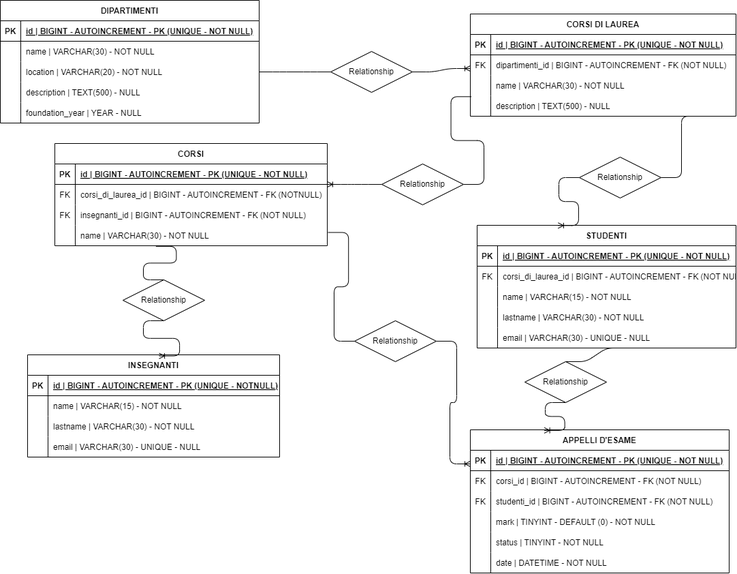
This is schema.png from JacopoTrincanato/db-university, a draw.io export, as it was before one commit. Source tidied: cells renumbered, new cells last; positions are measured from the earlier drawing's top-left corner, leaving out a move shared by most shapes.
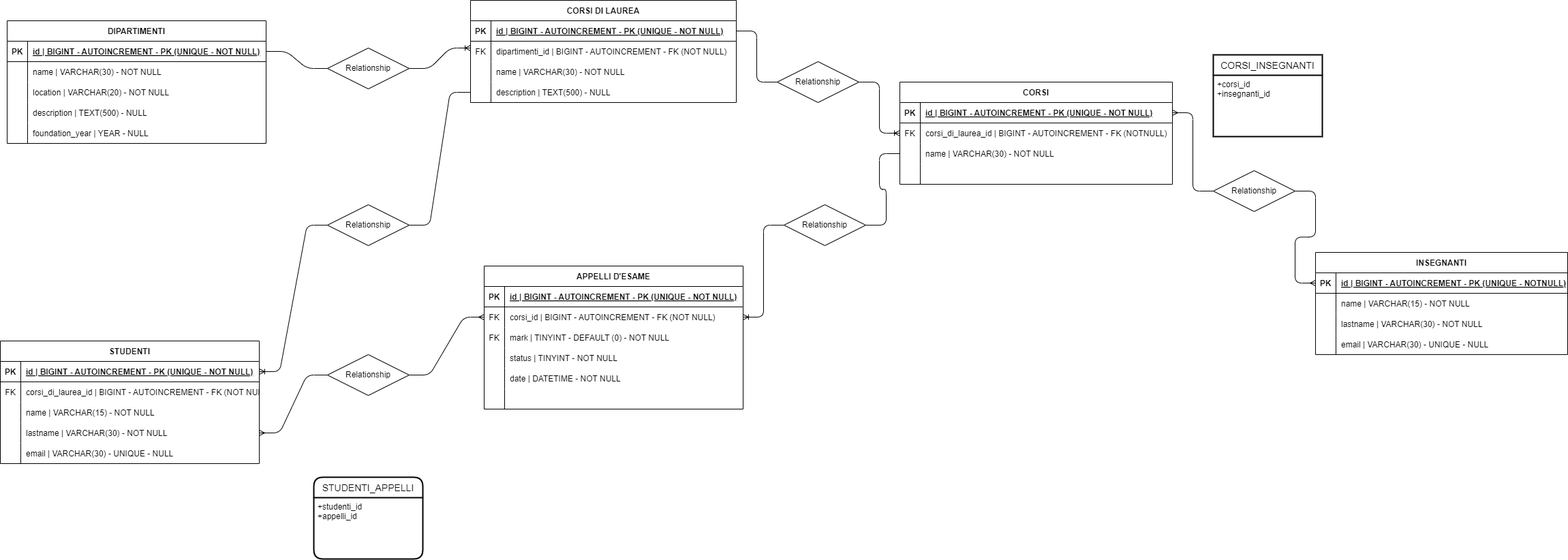
After the change.

Change to the diagram source:
```diff
@@ -2,8 +2,11 @@
   <root>
     <mxCell id="0" />
     <mxCell id="1" parent="0" />
+    <mxCell id="110" style="edgeStyle=entityRelationEdgeStyle;fontSize=12;html=1;endArrow=ERoneToMany;exitX=0;exitY=0.5;exitDx=0;exitDy=0;entryX=1;entryY=0.5;entryDx=0;entryDy=0;startArrow=none;" parent="1" edge="1" source="120" target="61">
+      <mxGeometry relative="1" as="geometry" />
+    </mxCell>
     <mxCell id="2" value="DIPARTIMENTI" style="shape=table;startSize=30;rowLines=0;fontStyle=1;align=center;" parent="1" vertex="1">
-      <mxGeometry width="380" height="180" as="geometry" />
+      <mxGeometry x="-10" y="220" width="380" height="180" as="geometry" />
     </mxCell>
     <mxCell id="3" style="shape=tableRow;horizontal=0;startSize=0;swimlaneHead=0;swimlaneBody=0;fillColor=none;points=[[0,0.5],[1,0.5]];portConstraint=eastwest;top=0;left=0;right=0;bottom=1;" parent="2" vertex="1">
       <mxGeometry y="30" width="380" height="30" as="geometry" />
@@ -51,7 +54,7 @@
       <mxGeometry x="30" width="350" height="30" as="geometry" />
     </mxCell>
     <mxCell id="18" value="CORSI DI LAUREA" style="shape=table;startSize=30;rowLines=0;fontStyle=1;align=center;" parent="1" vertex="1">
-      <mxGeometry x="690" y="20" width="390" height="150" as="geometry" />
+      <mxGeometry x="670" y="190" width="390" height="150" as="geometry" />
     </mxCell>
     <mxCell id="19" style="shape=tableRow;horizontal=0;startSize=0;swimlaneHead=0;swimlaneBody=0;fillColor=none;points=[[0,0.5],[1,0.5]];portConstraint=eastwest;top=0;left=0;right=0;bottom=1;" parent="18" vertex="1">
       <mxGeometry y="30" width="390" height="30" as="geometry" />
@@ -90,7 +93,7 @@
       <mxGeometry x="30" width="360" height="30" as="geometry" />
     </mxCell>
     <mxCell id="31" value="CORSI" style="shape=table;startSize=30;rowLines=0;fontStyle=1;align=center;" parent="1" vertex="1">
-      <mxGeometry x="80" y="210" width="400" height="150" as="geometry" />
+      <mxGeometry x="1300" y="310" width="400" height="150" as="geometry" />
     </mxCell>
     <mxCell id="32" style="shape=tableRow;horizontal=0;startSize=0;swimlaneHead=0;swimlaneBody=0;fillColor=none;points=[[0,0.5],[1,0.5]];portConstraint=eastwest;top=0;left=0;right=0;bottom=1;" parent="31" vertex="1">
       <mxGeometry y="30" width="400" height="30" as="geometry" />
@@ -113,10 +116,10 @@
     <mxCell id="38" style="shape=tableRow;horizontal=0;startSize=0;swimlaneHead=0;swimlaneBody=0;fillColor=none;points=[[0,0.5],[1,0.5]];portConstraint=eastwest;top=0;left=0;right=0;bottom=0;" parent="31" vertex="1">
       <mxGeometry y="90" width="400" height="30" as="geometry" />
     </mxCell>
-    <mxCell id="39" value="FK" style="shape=partialRectangle;fillColor=none;top=0;left=0;bottom=0;right=0;overflow=hidden;" parent="38" vertex="1">
+    <mxCell id="39" style="shape=partialRectangle;fillColor=none;top=0;left=0;bottom=0;right=0;overflow=hidden;" parent="38" vertex="1">
       <mxGeometry width="30" height="30" as="geometry" />
     </mxCell>
-    <mxCell id="40" value="insegnanti_id | BIGINT - AUTOINCREMENT - FK (NOT NULL)" style="shape=partialRectangle;fillColor=none;top=0;left=0;bottom=0;right=0;align=left;spacingLeft=6;overflow=hidden;" parent="38" vertex="1">
+    <mxCell id="40" value="name | VARCHAR(30) - NOT NULL" style="shape=partialRectangle;fillColor=none;top=0;left=0;bottom=0;right=0;align=left;spacingLeft=6;overflow=hidden;" parent="38" vertex="1">
       <mxGeometry x="30" width="370" height="30" as="geometry" />
     </mxCell>
     <mxCell id="41" style="shape=tableRow;horizontal=0;startSize=0;swimlaneHead=0;swimlaneBody=0;fillColor=none;points=[[0,0.5],[1,0.5]];portConstraint=eastwest;top=0;left=0;right=0;bottom=0;" parent="31" vertex="1">
@@ -125,11 +128,11 @@
     <mxCell id="42" style="shape=partialRectangle;fillColor=none;top=0;left=0;bottom=0;right=0;overflow=hidden;" parent="41" vertex="1">
       <mxGeometry width="30" height="30" as="geometry" />
     </mxCell>
-    <mxCell id="43" value="name | VARCHAR(30) - NOT NULL" style="shape=partialRectangle;fillColor=none;top=0;left=0;bottom=0;right=0;align=left;spacingLeft=6;overflow=hidden;" parent="41" vertex="1">
+    <mxCell id="43" style="shape=partialRectangle;fillColor=none;top=0;left=0;bottom=0;right=0;align=left;spacingLeft=6;overflow=hidden;" parent="41" vertex="1">
       <mxGeometry x="30" width="370" height="30" as="geometry" />
     </mxCell>
     <mxCell id="44" value="INSEGNANTI" style="shape=table;startSize=30;rowLines=0;fontStyle=1;align=center;" parent="1" vertex="1">
-      <mxGeometry x="40" y="520" width="370" height="150" as="geometry" />
+      <mxGeometry x="1910" y="560" width="370" height="150" as="geometry" />
     </mxCell>
     <mxCell id="45" style="shape=tableRow;horizontal=0;startSize=0;swimlaneHead=0;swimlaneBody=0;fillColor=none;points=[[0,0.5],[1,0.5]];portConstraint=eastwest;top=0;left=0;right=0;bottom=1;" parent="44" vertex="1">
       <mxGeometry y="30" width="370" height="30" as="geometry" />
@@ -168,7 +171,7 @@
       <mxGeometry x="30" width="340" height="30" as="geometry" />
     </mxCell>
     <mxCell id="57" value="APPELLI D'ESAME" style="shape=table;startSize=30;rowLines=0;fontStyle=1;align=center;" parent="1" vertex="1">
-      <mxGeometry x="690" y="630" width="380" height="210" as="geometry" />
+      <mxGeometry x="690" y="580" width="380" height="210" as="geometry" />
     </mxCell>
     <mxCell id="58" style="shape=tableRow;horizontal=0;startSize=0;swimlaneHead=0;swimlaneBody=0;fillColor=none;points=[[0,0.5],[1,0.5]];portConstraint=eastwest;top=0;left=0;right=0;bottom=1;" parent="57" vertex="1">
       <mxGeometry y="30" width="380" height="30" as="geometry" />
@@ -194,7 +197,7 @@
     <mxCell id="65" value="FK" style="shape=partialRectangle;fillColor=none;top=0;left=0;bottom=0;right=0;overflow=hidden;" parent="64" vertex="1">
       <mxGeometry width="30" height="30" as="geometry" />
     </mxCell>
-    <mxCell id="66" value="studenti_id | BIGINT - AUTOINCREMENT - FK (NOT NULL)" style="shape=partialRectangle;fillColor=none;top=0;left=0;bottom=0;right=0;align=left;spacingLeft=6;overflow=hidden;" parent="64" vertex="1">
+    <mxCell id="66" value="mark | TINYINT - DEFAULT (0) - NOT NULL" style="shape=partialRectangle;fillColor=none;top=0;left=0;bottom=0;right=0;align=left;spacingLeft=6;overflow=hidden;" parent="64" vertex="1">
       <mxGeometry x="30" width="350" height="30" as="geometry" />
     </mxCell>
     <mxCell id="67" style="shape=tableRow;horizontal=0;startSize=0;swimlaneHead=0;swimlaneBody=0;fillColor=none;top=0;left=0;right=0;bottom=0;" parent="57" vertex="1">
@@ -203,7 +206,7 @@
     <mxCell id="68" style="shape=partialRectangle;fillColor=none;top=0;left=0;bottom=0;right=0;overflow=hidden;" parent="67" vertex="1">
       <mxGeometry width="30" height="30" as="geometry" />
     </mxCell>
-    <mxCell id="69" value="mark | TINYINT - DEFAULT (0) - NOT NULL" style="shape=partialRectangle;fillColor=none;top=0;left=0;bottom=0;right=0;align=left;spacingLeft=6;overflow=hidden;" parent="67" vertex="1">
+    <mxCell id="69" value="status | TINYINT - NOT NULL" style="shape=partialRectangle;fillColor=none;top=0;left=0;bottom=0;right=0;align=left;spacingLeft=6;overflow=hidden;" parent="67" vertex="1">
       <mxGeometry x="30" width="350" height="30" as="geometry" />
     </mxCell>
     <mxCell id="70" style="shape=tableRow;horizontal=0;startSize=0;swimlaneHead=0;swimlaneBody=0;fillColor=none;top=0;left=0;right=0;bottom=0;" parent="57" vertex="1">
@@ -212,7 +215,7 @@
     <mxCell id="71" style="shape=partialRectangle;fillColor=none;top=0;left=0;bottom=0;right=0;overflow=hidden;" parent="70" vertex="1">
       <mxGeometry width="30" height="30" as="geometry" />
     </mxCell>
-    <mxCell id="72" value="status | TINYINT - NOT NULL" style="shape=partialRectangle;fillColor=none;top=0;left=0;bottom=0;right=0;align=left;spacingLeft=6;overflow=hidden;" parent="70" vertex="1">
+    <mxCell id="72" value="date | DATETIME - NOT NULL" style="shape=partialRectangle;fillColor=none;top=0;left=0;bottom=0;right=0;align=left;spacingLeft=6;overflow=hidden;" parent="70" vertex="1">
       <mxGeometry x="30" width="350" height="30" as="geometry" />
     </mxCell>
     <mxCell id="73" style="shape=tableRow;horizontal=0;startSize=0;swimlaneHead=0;swimlaneBody=0;fillColor=none;top=0;left=0;right=0;bottom=0;" parent="57" vertex="1">
@@ -221,11 +224,11 @@
     <mxCell id="74" style="shape=partialRectangle;fillColor=none;top=0;left=0;bottom=0;right=0;overflow=hidden;" parent="73" vertex="1">
       <mxGeometry width="30" height="30" as="geometry" />
     </mxCell>
-    <mxCell id="75" value="date | DATETIME - NOT NULL" style="shape=partialRectangle;fillColor=none;top=0;left=0;bottom=0;right=0;align=left;spacingLeft=6;overflow=hidden;" parent="73" vertex="1">
+    <mxCell id="75" style="shape=partialRectangle;fillColor=none;top=0;left=0;bottom=0;right=0;align=left;spacingLeft=6;overflow=hidden;" parent="73" vertex="1">
       <mxGeometry x="30" width="350" height="30" as="geometry" />
     </mxCell>
     <mxCell id="76" value="STUDENTI" style="shape=table;startSize=30;rowLines=0;fontStyle=1;align=center;" parent="1" vertex="1">
-      <mxGeometry x="700" y="330" width="380" height="180" as="geometry" />
+      <mxGeometry x="-20" y="690" width="380" height="180" as="geometry" />
     </mxCell>
     <mxCell id="77" style="shape=tableRow;horizontal=0;startSize=0;swimlaneHead=0;swimlaneBody=0;fillColor=none;points=[[0,0.5],[1,0.5]];portConstraint=eastwest;top=0;left=0;right=0;bottom=1;" parent="76" vertex="1">
       <mxGeometry y="30" width="380" height="30" as="geometry" />
@@ -272,61 +275,68 @@
     <mxCell id="91" value="email | VARCHAR(30) - UNIQUE - NULL" style="shape=partialRectangle;fillColor=none;top=0;left=0;bottom=0;right=0;align=left;spacingLeft=6;overflow=hidden;" parent="89" vertex="1">
       <mxGeometry x="30" width="350" height="30" as="geometry" />
     </mxCell>
-    <mxCell id="92" style="edgeStyle=entityRelationEdgeStyle;fontSize=12;html=1;endArrow=ERoneToMany;exitX=1;exitY=0.5;exitDx=0;exitDy=0;entryX=0;entryY=0.5;entryDx=0;entryDy=0;startArrow=none;" parent="1" edge="1" source="94">
-      <mxGeometry relative="1" as="geometry">
-        <mxPoint x="690" y="100" as="targetPoint" />
-      </mxGeometry>
+    <mxCell id="92" style="edgeStyle=entityRelationEdgeStyle;fontSize=12;html=1;endArrow=ERoneToMany;exitX=1;exitY=0.5;exitDx=0;exitDy=0;entryX=0;entryY=0.333;entryDx=0;entryDy=0;startArrow=none;entryPerimeter=0;" parent="1" edge="1" source="94" target="22">
+      <mxGeometry relative="1" as="geometry" />
     </mxCell>
-    <mxCell id="93" style="edgeStyle=entityRelationEdgeStyle;fontSize=12;html=1;endArrow=none;exitX=1;exitY=0.5;exitDx=0;exitDy=0;entryX=0;entryY=0.5;entryDx=0;entryDy=0;" parent="1" edge="1" source="9" target="94">
+    <mxCell id="93" style="edgeStyle=entityRelationEdgeStyle;fontSize=12;html=1;endArrow=none;exitX=1;exitY=0.5;exitDx=0;exitDy=0;entryX=0;entryY=0.5;entryDx=0;entryDy=0;" parent="1" edge="1" source="3" target="94">
       <mxGeometry relative="1" as="geometry" />
     </mxCell>
     <mxCell id="94" value="Relationship" style="shape=rhombus;perimeter=rhombusPerimeter;whiteSpace=wrap;html=1;align=center;" parent="1" vertex="1">
-      <mxGeometry x="485" y="75" width="120" height="60" as="geometry" />
+      <mxGeometry x="460" y="260" width="120" height="60" as="geometry" />
     </mxCell>
-    <mxCell id="95" style="edgeStyle=entityRelationEdgeStyle;fontSize=12;html=1;endArrow=ERoneToMany;exitX=0;exitY=0.5;exitDx=0;exitDy=0;entryX=1;entryY=0;entryDx=0;entryDy=0;entryPerimeter=0;startArrow=none;" parent="1" edge="1" source="97" target="35">
-      <mxGeometry relative="1" as="geometry" />
-    </mxCell>
-    <mxCell id="96" style="edgeStyle=entityRelationEdgeStyle;fontSize=12;html=1;endArrow=none;exitX=0.004;exitY=0.044;exitDx=0;exitDy=0;exitPerimeter=0;entryX=1;entryY=0.5;entryDx=0;entryDy=0;" parent="1" edge="1" source="28" target="97">
-      <mxGeometry relative="1" as="geometry" />
-    </mxCell>
-    <mxCell id="97" value="Relationship" style="shape=rhombus;perimeter=rhombusPerimeter;whiteSpace=wrap;html=1;align=center;" parent="1" vertex="1">
-      <mxGeometry x="560" y="240" width="120" height="60" as="geometry" />
-    </mxCell>
-    <mxCell id="98" style="edgeStyle=entityRelationEdgeStyle;fontSize=12;html=1;endArrow=ERoneToMany;exitX=0;exitY=0.5;exitDx=0;exitDy=0;entryX=0.313;entryY=0.002;entryDx=0;entryDy=0;startArrow=none;entryPerimeter=0;" parent="1" edge="1" source="100" target="76">
-      <mxGeometry relative="1" as="geometry" />
-    </mxCell>
-    <mxCell id="99" style="edgeStyle=entityRelationEdgeStyle;fontSize=12;html=1;endArrow=none;exitX=0.872;exitY=1;exitDx=0;exitDy=0;exitPerimeter=0;entryX=1;entryY=0.5;entryDx=0;entryDy=0;" parent="1" edge="1" source="28" target="100">
-      <mxGeometry relative="1" as="geometry" />
-    </mxCell>
-    <mxCell id="100" value="Relationship" style="shape=rhombus;perimeter=rhombusPerimeter;whiteSpace=wrap;html=1;align=center;" parent="1" vertex="1">
-      <mxGeometry x="850" y="230" width="120" height="60" as="geometry" />
-    </mxCell>
-    <mxCell id="101" style="edgeStyle=entityRelationEdgeStyle;fontSize=12;html=1;endArrow=ERoneToMany;exitX=0.5;exitY=1;exitDx=0;exitDy=0;entryX=0.286;entryY=0.004;entryDx=0;entryDy=0;entryPerimeter=0;startArrow=none;" parent="1" edge="1" source="103" target="57">
-      <mxGeometry relative="1" as="geometry" />
-    </mxCell>
-    <mxCell id="102" style="edgeStyle=entityRelationEdgeStyle;fontSize=12;html=1;endArrow=none;exitX=0.579;exitY=1;exitDx=0;exitDy=0;exitPerimeter=0;entryX=0.5;entryY=0;entryDx=0;entryDy=0;" parent="1" edge="1" source="89" target="103">
-      <mxGeometry relative="1" as="geometry" />
-    </mxCell>
-    <mxCell id="103" value="Relationship" style="shape=rhombus;perimeter=rhombusPerimeter;whiteSpace=wrap;html=1;align=center;" parent="1" vertex="1">
-      <mxGeometry x="770" y="530" width="120" height="60" as="geometry" />
-    </mxCell>
-    <mxCell id="104" style="edgeStyle=entityRelationEdgeStyle;fontSize=12;html=1;endArrow=ERoneToMany;exitX=1;exitY=0.5;exitDx=0;exitDy=0;entryX=0;entryY=0.667;entryDx=0;entryDy=0;entryPerimeter=0;startArrow=none;" parent="1" edge="1" source="106" target="58">
-      <mxGeometry relative="1" as="geometry" />
-    </mxCell>
-    <mxCell id="105" style="edgeStyle=entityRelationEdgeStyle;fontSize=12;html=1;endArrow=none;exitX=1.003;exitY=0.35;exitDx=0;exitDy=0;exitPerimeter=0;entryX=0;entryY=0.5;entryDx=0;entryDy=0;" parent="1" edge="1" source="41" target="106">
-      <mxGeometry relative="1" as="geometry" />
-    </mxCell>
-    <mxCell id="106" value="Relationship" style="shape=rhombus;perimeter=rhombusPerimeter;whiteSpace=wrap;html=1;align=center;" parent="1" vertex="1">
-      <mxGeometry x="520" y="470" width="120" height="60" as="geometry" />
-    </mxCell>
-    <mxCell id="107" style="edgeStyle=entityRelationEdgeStyle;fontSize=12;html=1;endArrow=ERoneToMany;exitX=0.5;exitY=1;exitDx=0;exitDy=0;entryX=0.522;entryY=0.011;entryDx=0;entryDy=0;entryPerimeter=0;startArrow=none;" parent="1" edge="1" source="109" target="44">
-      <mxGeometry relative="1" as="geometry" />
-    </mxCell>
-    <mxCell id="108" style="edgeStyle=entityRelationEdgeStyle;fontSize=12;html=1;endArrow=none;exitX=0.371;exitY=1.027;exitDx=0;exitDy=0;exitPerimeter=0;entryX=0.5;entryY=0;entryDx=0;entryDy=0;" parent="1" edge="1" source="41" target="109">
-      <mxGeometry relative="1" as="geometry" />
-    </mxCell>
-    <mxCell id="109" value="Relationship" style="shape=rhombus;perimeter=rhombusPerimeter;whiteSpace=wrap;html=1;align=center;" parent="1" vertex="1">
-      <mxGeometry x="180" y="410" width="120" height="60" as="geometry" />
-    </mxCell>
+    <mxCell id="111" style="edgeStyle=entityRelationEdgeStyle;fontSize=12;html=1;endArrow=ERoneToMany;exitX=1;exitY=0.5;exitDx=0;exitDy=0;entryX=0;entryY=0.5;entryDx=0;entryDy=0;startArrow=none;" parent="1" edge="1" source="113" target="35">
+      <mxGeometry relative="1" as="geometry" />
+    </mxCell>
+    <mxCell id="112" style="edgeStyle=entityRelationEdgeStyle;fontSize=12;html=1;endArrow=none;exitX=1;exitY=0.5;exitDx=0;exitDy=0;entryX=0;entryY=0.5;entryDx=0;entryDy=0;" parent="1" edge="1" source="19" target="113">
+      <mxGeometry relative="1" as="geometry" />
+    </mxCell>
+    <mxCell id="113" value="Relationship" style="shape=rhombus;perimeter=rhombusPerimeter;whiteSpace=wrap;html=1;align=center;" parent="1" vertex="1">
+      <mxGeometry x="1120" y="280" width="120" height="60" as="geometry" />
+    </mxCell>
+    <mxCell id="114" value="CORSI_INSEGNANTI" style="swimlane;horizontal=1;startSize=30;rounded=1;fontSize=14;fontStyle=0;strokeWidth=2;shadow=0;dashed=0;align=center;arcSize=0;direction=east;" parent="1" vertex="1">
+      <mxGeometry x="1760" y="270" width="160" height="120" as="geometry" />
+    </mxCell>
+    <mxCell id="115" value="+corsi_id &#10;+insegnanti_id " style="align=left;strokeColor=none;fillColor=none;spacingLeft=4;fontSize=12;verticalAlign=top;" parent="114" vertex="1">
+      <mxGeometry y="30" width="160" height="90" as="geometry" />
+    </mxCell>
+    <mxCell id="116" style="edgeStyle=entityRelationEdgeStyle;fontSize=12;html=1;endArrow=ERmany;startArrow=none;entryX=0;entryY=0.5;entryDx=0;entryDy=0;exitX=1;exitY=0.5;exitDx=0;exitDy=0;" parent="1" edge="1" source="118" target="45">
+      <mxGeometry relative="1" as="geometry" />
+    </mxCell>
+    <mxCell id="117" style="edgeStyle=entityRelationEdgeStyle;fontSize=12;html=1;endArrow=none;startArrow=ERmany;entryX=0;entryY=0.5;entryDx=0;entryDy=0;exitX=1;exitY=0.5;exitDx=0;exitDy=0;" parent="1" edge="1" source="32" target="118">
+      <mxGeometry relative="1" as="geometry" />
+    </mxCell>
+    <mxCell id="118" value="Relationship" style="shape=rhombus;perimeter=rhombusPerimeter;whiteSpace=wrap;html=1;align=center;" parent="1" vertex="1">
+      <mxGeometry x="1760" y="440" width="120" height="60" as="geometry" />
+    </mxCell>
+    <mxCell id="119" style="edgeStyle=entityRelationEdgeStyle;fontSize=12;html=1;endArrow=none;exitX=0;exitY=0.5;exitDx=0;exitDy=0;entryX=1;entryY=0.5;entryDx=0;entryDy=0;" parent="1" edge="1" source="38" target="120">
+      <mxGeometry relative="1" as="geometry" />
+    </mxCell>
+    <mxCell id="120" value="Relationship" style="shape=rhombus;perimeter=rhombusPerimeter;whiteSpace=wrap;html=1;align=center;fontFamily=Helvetica;fontSize=12;fontColor=default;" parent="1" vertex="1">
+      <mxGeometry x="1130" y="490" width="120" height="60" as="geometry" />
+    </mxCell>
+    <mxCell id="121" style="edgeStyle=entityRelationEdgeStyle;fontSize=12;html=1;endArrow=ERmany;startArrow=none;rounded=1;labelBackgroundColor=default;strokeColor=default;fontFamily=Helvetica;fontColor=default;shape=connector;entryX=0;entryY=0.5;entryDx=0;entryDy=0;exitX=1;exitY=0.5;exitDx=0;exitDy=0;" parent="1" edge="1" source="123" target="61">
+      <mxGeometry relative="1" as="geometry" />
+    </mxCell>
+    <mxCell id="122" style="edgeStyle=entityRelationEdgeStyle;fontSize=12;html=1;endArrow=none;startArrow=ERmany;rounded=1;labelBackgroundColor=default;strokeColor=default;fontFamily=Helvetica;fontColor=default;shape=connector;entryX=0;entryY=0.5;entryDx=0;entryDy=0;exitX=1;exitY=0.5;exitDx=0;exitDy=0;" parent="1" edge="1" source="86" target="123">
+      <mxGeometry relative="1" as="geometry" />
+    </mxCell>
+    <mxCell id="123" value="Relationship" style="shape=rhombus;perimeter=rhombusPerimeter;whiteSpace=wrap;html=1;align=center;fontFamily=Helvetica;fontSize=12;fontColor=default;" parent="1" vertex="1">
+      <mxGeometry x="460" y="710" width="120" height="60" as="geometry" />
+    </mxCell>
+    <mxCell id="124" value="STUDENTI_APPELLI" style="swimlane;horizontal=1;startSize=30;rounded=1;fontSize=14;fontStyle=0;strokeWidth=2;shadow=0;dashed=0;align=center;fontFamily=Helvetica;fontColor=default;" parent="1" vertex="1">
+      <mxGeometry x="440" y="890" width="160" height="120" as="geometry" />
+    </mxCell>
+    <mxCell id="125" value="+studenti_id &#10;+appelli_id&#10;" style="align=left;strokeColor=none;fillColor=none;spacingLeft=4;fontSize=12;verticalAlign=top;fontFamily=Helvetica;fontColor=default;" parent="124" vertex="1">
+      <mxGeometry y="30" width="160" height="90" as="geometry" />
+    </mxCell>
+    <mxCell id="126" style="edgeStyle=entityRelationEdgeStyle;fontSize=12;html=1;endArrow=ERoneToMany;rounded=1;labelBackgroundColor=default;strokeColor=default;fontFamily=Helvetica;fontColor=default;shape=connector;exitX=0;exitY=0.5;exitDx=0;exitDy=0;entryX=1;entryY=0.5;entryDx=0;entryDy=0;startArrow=none;" parent="1" edge="1" source="128" target="77">
+      <mxGeometry relative="1" as="geometry" />
+    </mxCell>
+    <mxCell id="127" style="edgeStyle=entityRelationEdgeStyle;fontSize=12;html=1;endArrow=none;rounded=1;labelBackgroundColor=default;strokeColor=default;fontFamily=Helvetica;fontColor=default;shape=connector;exitX=0;exitY=0.5;exitDx=0;exitDy=0;entryX=1;entryY=0.5;entryDx=0;entryDy=0;" parent="1" edge="1" source="28" target="128">
+      <mxGeometry relative="1" as="geometry" />
+    </mxCell>
+    <mxCell id="128" value="Relationship" style="shape=rhombus;perimeter=rhombusPerimeter;whiteSpace=wrap;html=1;align=center;fontFamily=Helvetica;fontSize=12;fontColor=default;" parent="1" vertex="1">
+      <mxGeometry x="460" y="490" width="120" height="60" as="geometry" />
+    </mxCell>
   </root>
 </mxGraphModel>
```
